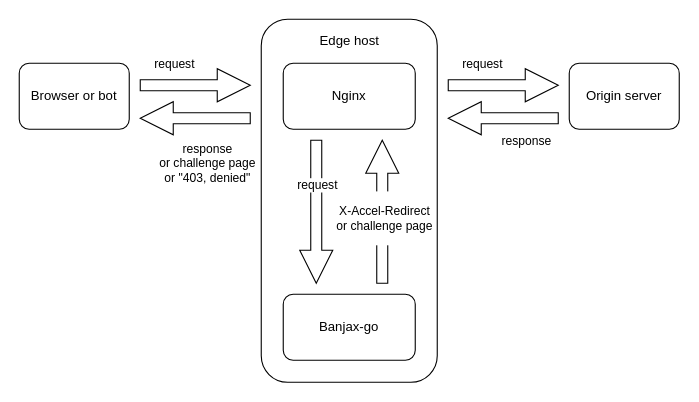
The draw.io diagram edge-diagram.drawio in deflect-ca/banjax, before the edit. Source tidied: cells renumbered, new cells numbered last; positions are measured from the earlier drawing's top-left corner, leaving out a move shared by most shapes. Both pictures are drawn from the tidied source at 110%, with x=0, y=0 at pixel (19, 19).
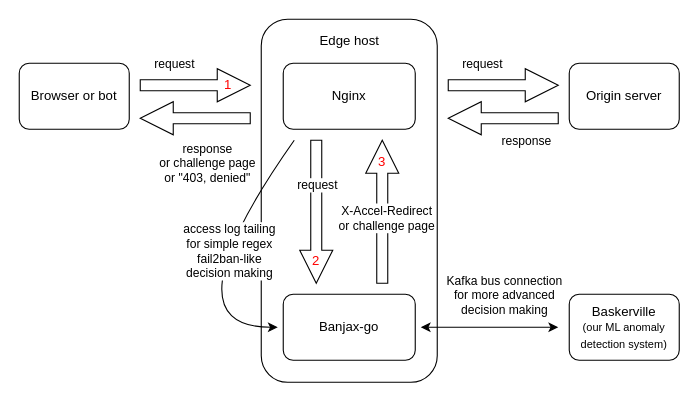
The same page after the edit.

The change refers to these unchanged cells:
```xml
<mxCell id="4" style="endArrow=classic;html=1;shape=arrow;" parent="1" edge="1">
  <mxGeometry relative="1" as="geometry">
    <mxPoint x="330" y="240" as="sourcePoint" />
    <mxPoint x="330" y="110" as="targetPoint" />
  </mxGeometry>
</mxCell>
```

Change to the diagram source:
```diff
@@
-    <mxCell id="5" value="&lt;p style=&quot;line-height: 80%&quot;&gt;&lt;/p&gt;&lt;div&gt;X-Accel-Redirect&lt;/div&gt;or challenge page&lt;br&gt;&lt;p&gt;&lt;/p&gt;" style="edgeLabel;html=1;align=center;verticalAlign=middle;" parent="4" vertex="1">
-      <mxGeometry relative="1" as="geometry">
-        <mxPoint x="1" y="5" as="offset" />
-      </mxGeometry>
-    </mxCell>
@@
+    <mxCell id="5" value="X-Accel-Redirect&lt;br&gt;or challenge page" style="edgeLabel;html=1;align=center;verticalAlign=middle;spacingRight=0;labelPosition=center;verticalLabelPosition=middle;" parent="1" vertex="1">
+      <mxGeometry x="336" y="180" as="geometry">
+        <mxPoint x="-3" as="offset" />
+      </mxGeometry>
+    </mxCell>
+    <mxCell id="20" style="curved=1;endArrow=classic;html=1;" parent="1" edge="1">
+      <mxGeometry relative="1" as="geometry">
+        <mxPoint x="250" y="110" as="sourcePoint" />
+        <mxPoint x="235" y="280" as="targetPoint" />
+        <Array as="points">
+          <mxPoint x="130" y="280" />
+        </Array>
+      </mxGeometry>
+    </mxCell>
+    <mxCell id="21" value="access log tailing&lt;br&gt;for simple regex&lt;br&gt;fail2ban-like&lt;br&gt;decision making" style="edgeLabel;html=1;align=center;verticalAlign=middle;" parent="1" vertex="1">
+      <mxGeometry x="190" y="210" as="geometry" />
+    </mxCell>
+    <mxCell id="22" value="&lt;font color=&quot;#FF0000&quot;&gt;1&lt;/font&gt;" style="text;html=1;strokeColor=none;fillColor=none;align=center;verticalAlign=middle;whiteSpace=wrap;rounded=0;" parent="1" vertex="1">
+      <mxGeometry x="170" y="50" width="40" height="20" as="geometry" />
+    </mxCell>
+    <mxCell id="23" value="&lt;font color=&quot;#FF0000&quot;&gt;2&lt;/font&gt;" style="text;html=1;strokeColor=none;fillColor=none;align=center;verticalAlign=middle;whiteSpace=wrap;rounded=0;" parent="1" vertex="1">
+      <mxGeometry x="250" y="210" width="40" height="20" as="geometry" />
+    </mxCell>
+    <mxCell id="24" value="&lt;font color=&quot;#FF0000&quot;&gt;3&lt;/font&gt;" style="text;html=1;strokeColor=none;fillColor=none;align=center;verticalAlign=middle;whiteSpace=wrap;rounded=0;" parent="1" vertex="1">
+      <mxGeometry x="310" y="120" width="40" height="20" as="geometry" />
+    </mxCell>
+    <mxCell id="25" style="rounded=1;whiteSpace=wrap;html=1;fillColor=none;labelPosition=center;verticalLabelPosition=middle;align=center;verticalAlign=middle;" parent="1" vertex="1">
+      <mxGeometry x="500" y="250" width="100" height="60" as="geometry" />
+    </mxCell>
+    <mxCell id="26" style="endArrow=classic;startArrow=classic;html=1;strokeColor=#000000;edgeStyle=orthogonalEdgeStyle;" parent="1" edge="1">
+      <mxGeometry relative="1" as="geometry">
+        <mxPoint x="365" y="280" as="sourcePoint" />
+        <mxPoint x="490" y="280" as="targetPoint" />
+        <Array as="points">
+          <mxPoint x="430" y="280" />
+          <mxPoint x="430" y="280" />
+        </Array>
+      </mxGeometry>
+    </mxCell>
+    <mxCell id="27" value="Kafka bus connection&lt;br&gt;for more advanced&lt;br&gt;decision making" style="edgeLabel;html=1;align=center;verticalAlign=middle;" parent="1" vertex="1">
+      <mxGeometry x="440" y="250" as="geometry" />
+    </mxCell>
+    <mxCell id="28" value="Baskerville&lt;br&gt;&lt;font style=&quot;font-size: 10px&quot;&gt;(our ML anomaly detection system)&lt;/font&gt;" style="text;html=1;strokeColor=none;fillColor=none;align=center;verticalAlign=middle;whiteSpace=wrap;rounded=0;" parent="1" vertex="1">
+      <mxGeometry x="500" y="270" width="100" height="20" as="geometry" />
+    </mxCell>
```
